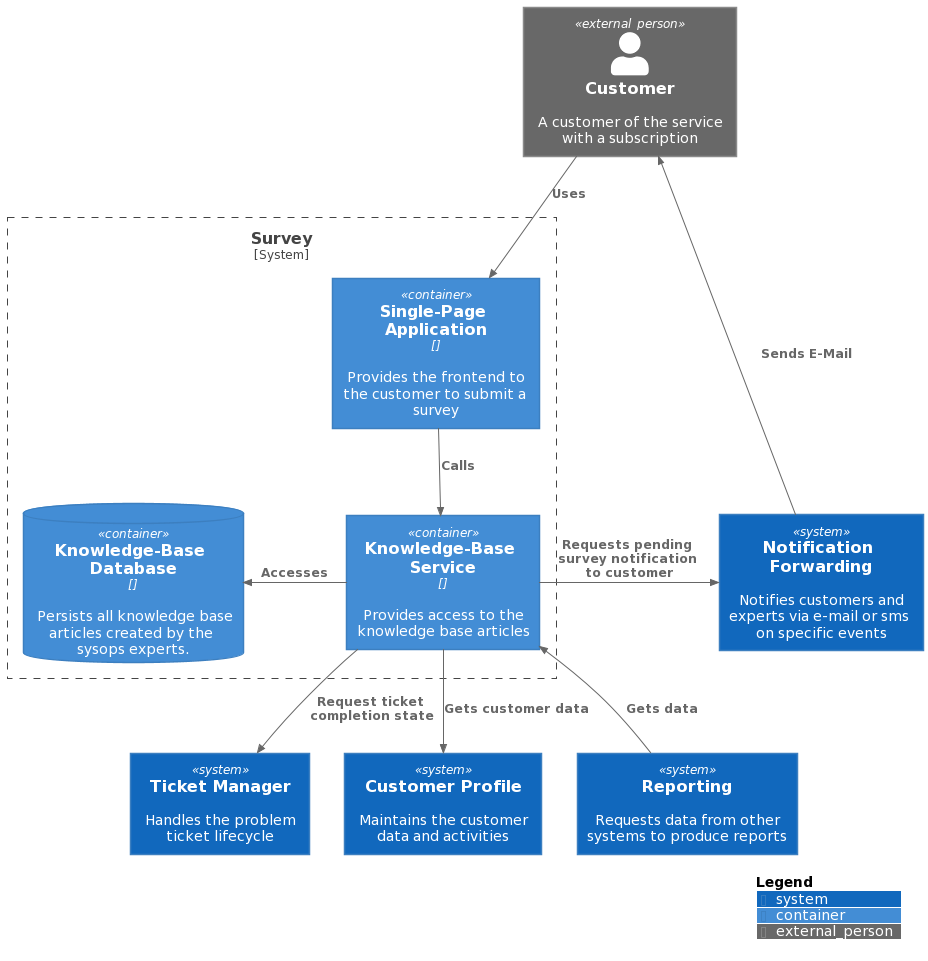
The PlantUML diagram Doc/Diagrams/2. Containers/SurveySystem/SurveySystem.png in gantonopoulos/ganymed, before a commit.
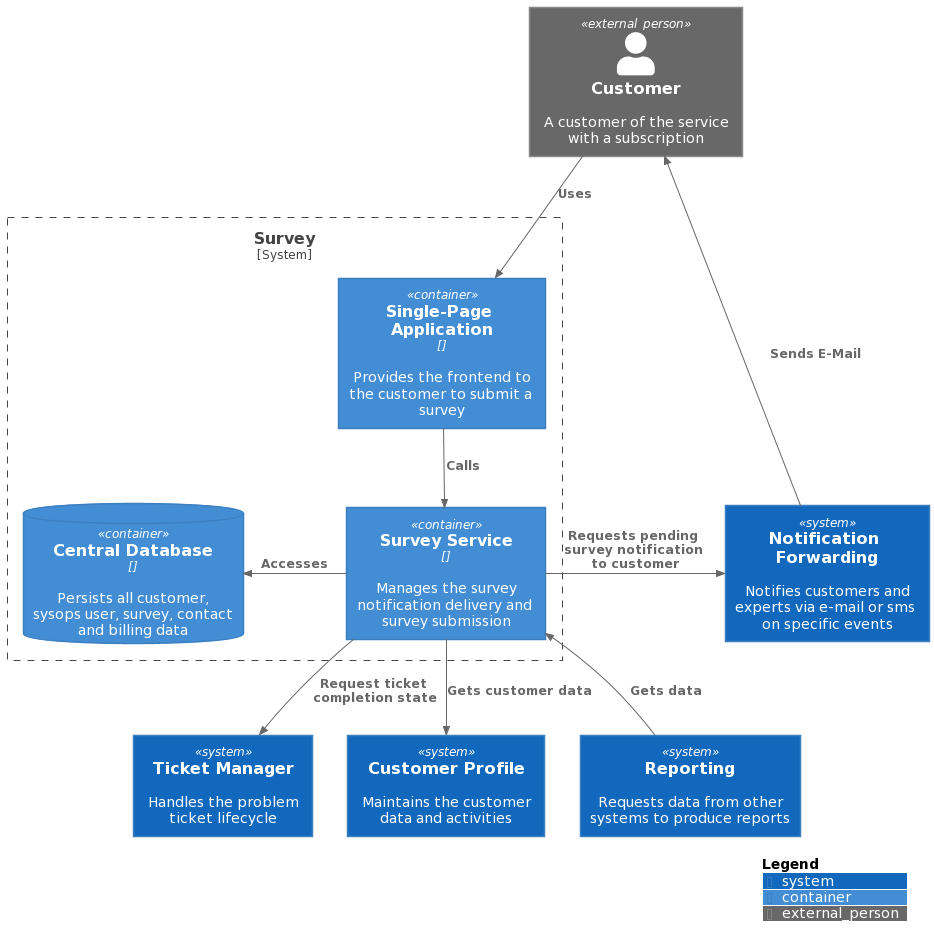
After the commit.

Commit message:
Corrects the survey system diagram

The edit, as a diff of the source:
```diff
@@ -11,18 +11,19 @@
 System(reporting, "Reporting","Requests data from other systems to produce reports")
 
 System_Boundary(surveySystem,"Survey"){
-    Container(knowledgeBaseManager, "Knowledge-Base Service", "", "Provides access to the knowledge base articles")
-    ContainerDb(knowledgeBaseDb, "Knowledge-Base Database", "", "Persists all knowledge base articles created by the sysops experts.")
+    Container(surveyManager, "Survey Service", "", "Manages the survey notification delivery and survey submission")
+    ContainerDb(centralDb, "Central Database", "", "Persists all customer, sysops user, survey, contact and billing data")
     Container(userApp, "Single-Page Application", "", "Provides the frontend to the customer to submit a survey")
 }
 
 Rel_D(customer, userApp, "Uses")
-Rel_D(userApp, knowledgeBaseManager, "Calls")
-Rel_L(knowledgeBaseManager, knowledgeBaseDb, "Accesses")
-Rel_D(knowledgeBaseManager, customerProfile, "Gets customer data")
-Rel_U(reporting, knowledgeBaseManager, "Gets data")
-Rel_D(knowledgeBaseManager, ticketManagement, "Request ticket completion state")
-Rel_R(knowledgeBaseManager, notificationForwarding, "Requests pending survey notification to customer")
+Rel_D(userApp, surveyManager, "Calls")
+Rel_L(surveyManager, centralDb, "Accesses")
+Rel_D(surveyManager, customerProfile, "Gets customer data")
+Rel_U(reporting, surveyManager, "Gets data")
+Rel_D(surveyManager, ticketManagement, "Request ticket completion state")
+Rel_R(surveyManager, notificationForwarding, "Requests pending survey notification to customer")
 Rel_U(notificationForwarding, customer, "Sends E-Mail")
+
 SHOW_LEGEND(false)
 @enduml
```
